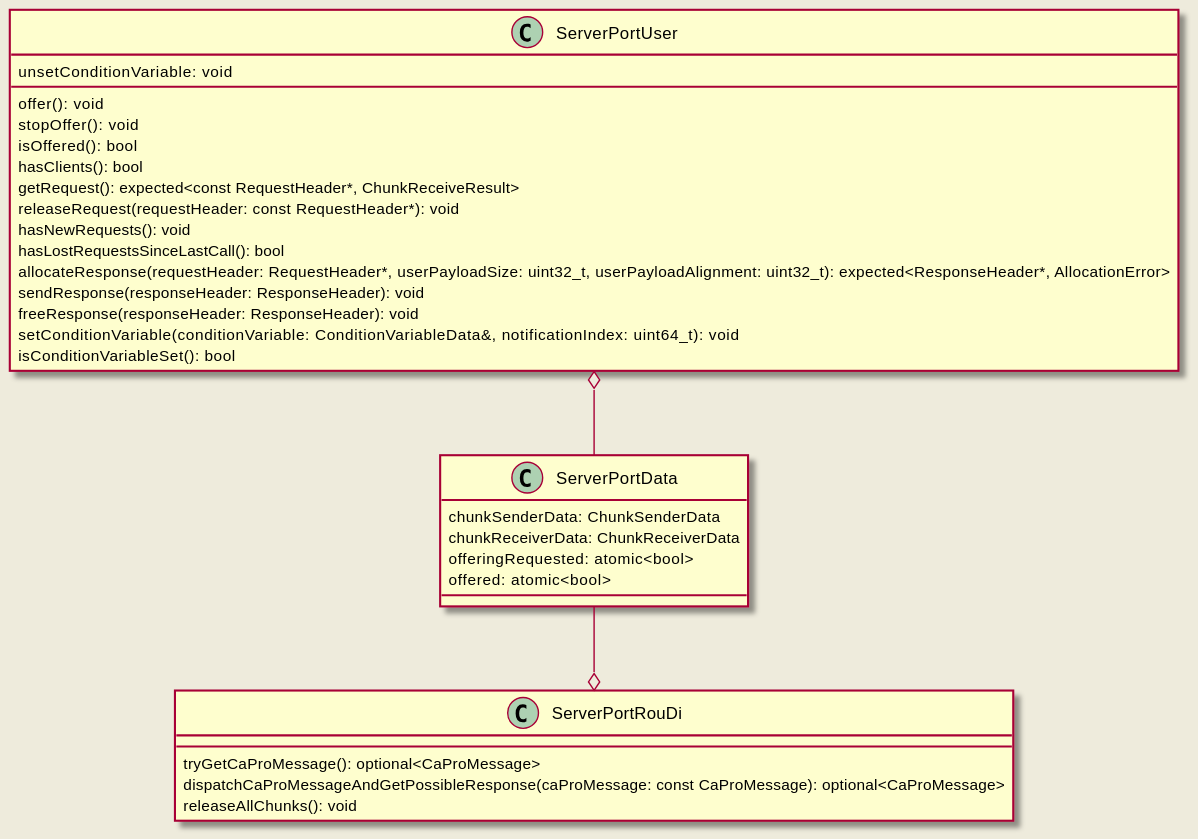
This is doc/design/diagrams/request_response/server_port.svg from eclipse-iceoryx/iceoryx, a PlantUML export, as it was before one commit. Its source is kept beside it as doc/design/diagrams/request_response/server_port.puml. Source of this version:
```plantuml
@startuml
skinparam backgroundColor #EEEBDC

class ServerPortData {
  chunkSenderData: ChunkSenderData
  chunkReceiverData: ChunkReceiverData
  offeringRequested: atomic<bool>
  offered: atomic<bool>
}

class ServerPortUser {
  offer(): void
  stopOffer(): void
  isOffered(): bool
  hasClients(): bool
  getRequest(): expected<const RequestHeader*, ChunkReceiveResult>
  releaseRequest(requestHeader: const RequestHeader*): void
  hasNewRequests(): void
  hasLostRequestsSinceLastCall(): bool
  allocateResponse(requestHeader: RequestHeader*, userPayloadSize: uint32_t, userPayloadAlignment: uint32_t): expected<ResponseHeader*, AllocationError>
  sendResponse(responseHeader: ResponseHeader): void
  freeResponse(responseHeader: ResponseHeader): void
  setConditionVariable(conditionVariable: ConditionVariableData&, notificationIndex: uint64_t): void
  unsetConditionVariable: void
  isConditionVariableSet(): bool
}

class ServerPortRouDi {
  tryGetCaProMessage(): optional<CaProMessage>
  dispatchCaProMessageAndGetPossibleResponse(caProMessage: const CaProMessage): optional<CaProMessage>
  releaseAllChunks(): void
}

ServerPortUser o-- ServerPortData
ServerPortData --o ServerPortRouDi

@enduml
```
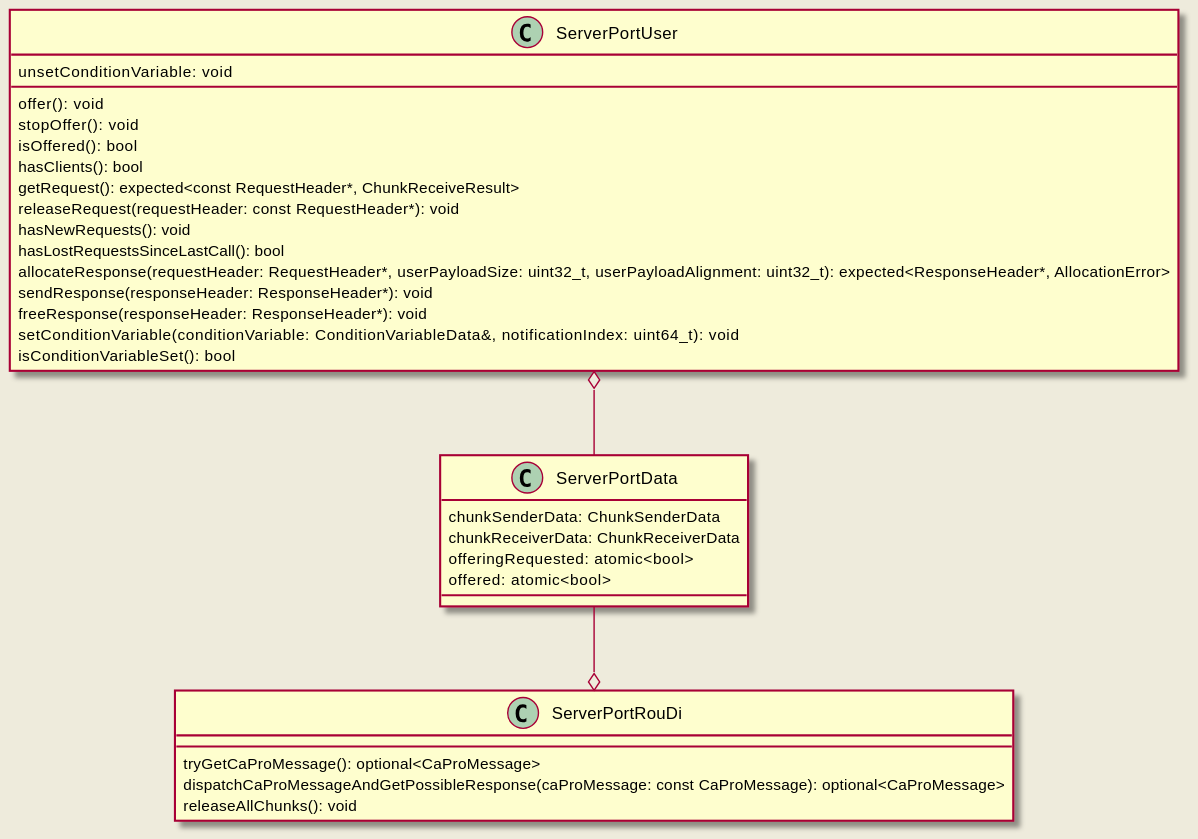
Later version of the same file.

The edit, as a diff of the source:
```diff
@@ -18,8 +18,8 @@
   hasNewRequests(): void
   hasLostRequestsSinceLastCall(): bool
   allocateResponse(requestHeader: RequestHeader*, userPayloadSize: uint32_t, userPayloadAlignment: uint32_t): expected<ResponseHeader*, AllocationError>
-  sendResponse(responseHeader: ResponseHeader): void
-  freeResponse(responseHeader: ResponseHeader): void
+  sendResponse(responseHeader: ResponseHeader*): void
+  freeResponse(responseHeader: ResponseHeader*): void
   setConditionVariable(conditionVariable: ConditionVariableData&, notificationIndex: uint64_t): void
   unsetConditionVariable: void
   isConditionVariableSet(): bool
```
